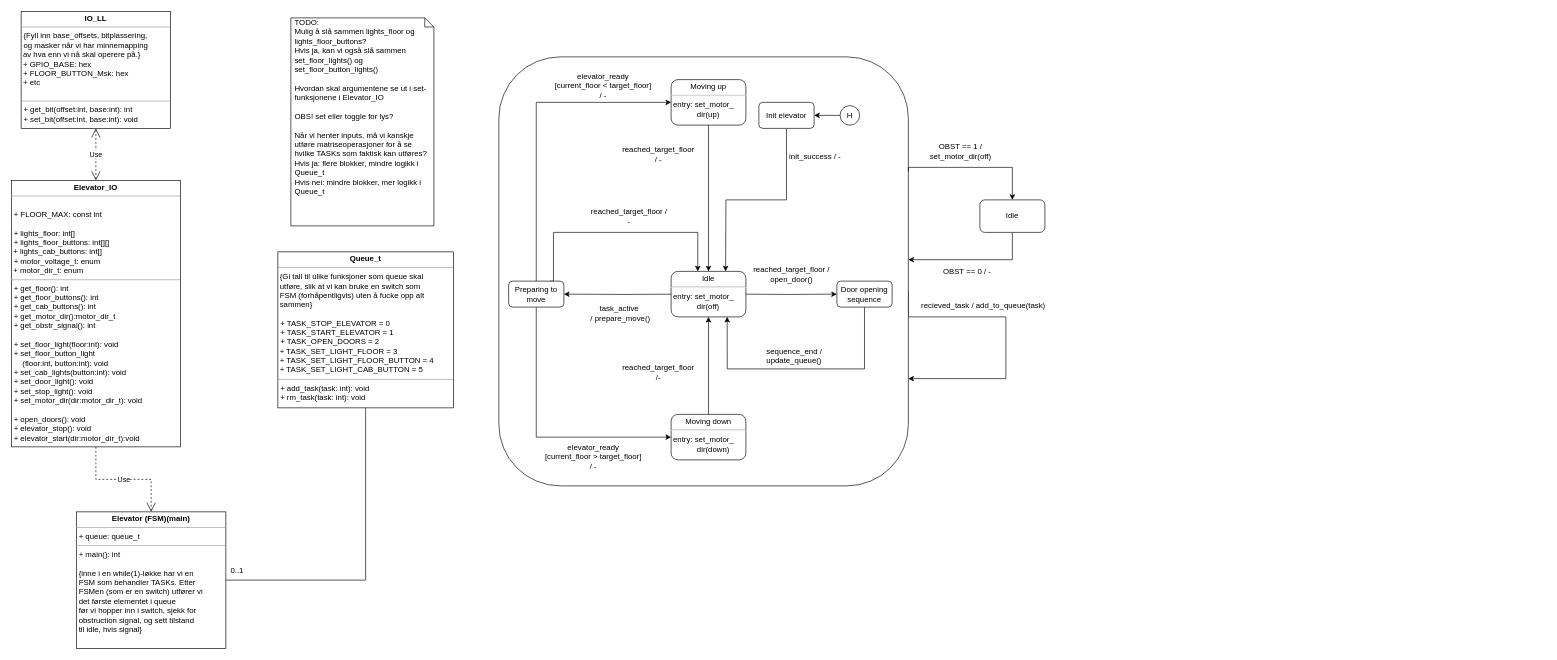
Earlier version of the draw.io diagram UML_Elevator.drawio (chrstrom/monkey_elevator). Source tidied: cells renumbered, new cells numbered last; positions are measured from the earlier drawing's top-left corner, leaving out a move shared by most shapes. Both pictures are drawn from the tidied source at 65%, with x=0, y=0 at pixel (11, 11).
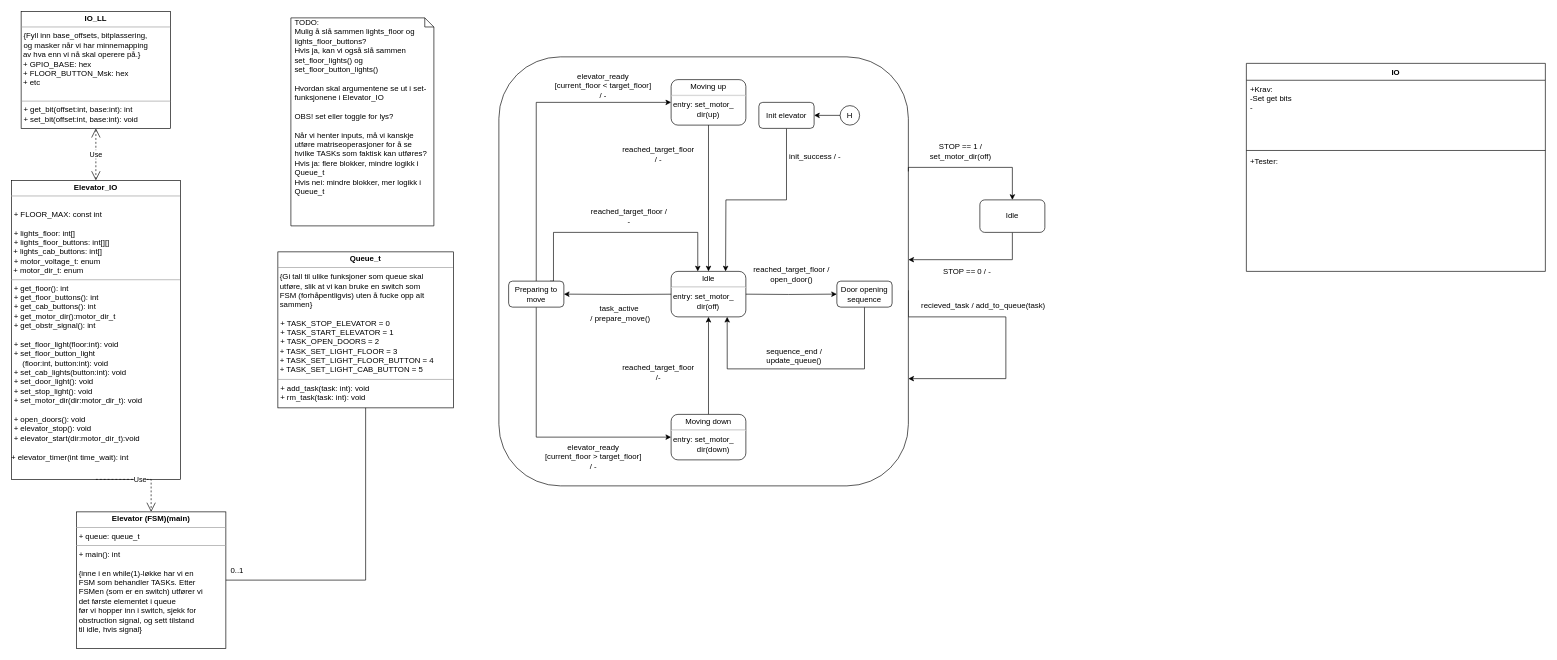
The same page after the edit.

The edit, as a diff of the source:
```diff
@@
-    <mxCell id="4" value="&lt;p style=&quot;margin: 0px ; margin-top: 4px ; text-align: center&quot;&gt;&lt;b&gt;Elevator_IO&lt;/b&gt;&lt;/p&gt;&lt;hr size=&quot;1&quot;&gt;&lt;br&gt;&lt;p style=&quot;margin: 0px ; margin-left: 4px&quot;&gt;+ FLOOR_MAX: const int&lt;/p&gt;&lt;p style=&quot;margin: 0px ; margin-left: 4px&quot;&gt;&lt;br&gt;&lt;/p&gt;&lt;p style=&quot;margin: 0px ; margin-left: 4px&quot;&gt;+ lights_floor: int[]&lt;/p&gt;&lt;p style=&quot;margin: 0px ; margin-left: 4px&quot;&gt;+ lights_floor_buttons: int[][]&lt;/p&gt;&amp;nbsp;+ lights_cab_buttons: int[]&lt;br&gt;&lt;p style=&quot;margin: 0px ; margin-left: 4px&quot;&gt;+ motor_voltage_t: enum&lt;/p&gt;&amp;nbsp;+ motor_dir_t: enum&lt;hr size=&quot;1&quot;&gt;&lt;p style=&quot;margin: 0px ; margin-left: 4px&quot;&gt;+ get_floor(): int&lt;/p&gt;&lt;p style=&quot;margin: 0px ; margin-left: 4px&quot;&gt;+ get_floor_buttons(): int&lt;/p&gt;&lt;p style=&quot;margin: 0px ; margin-left: 4px&quot;&gt;+ get_cab_buttons(): int&lt;br&gt;&lt;/p&gt;&lt;p style=&quot;margin: 0px ; margin-left: 4px&quot;&gt;+ get_motor_dir():motor_dir_t&lt;/p&gt;&lt;p style=&quot;margin: 0px ; margin-left: 4px&quot;&gt;+ get_obstr_signal(): int&lt;/p&gt;&lt;p style=&quot;margin: 0px ; margin-left: 4px&quot;&gt;&lt;br&gt;&lt;/p&gt;&lt;p style=&quot;margin: 0px ; margin-left: 4px&quot;&gt;+ set_floor_light(floor:int): void&lt;/p&gt;&lt;p style=&quot;margin: 0px ; margin-left: 4px&quot;&gt;+ set_floor_button_light&lt;/p&gt;&lt;p style=&quot;margin: 0px ; margin-left: 4px&quot;&gt;&amp;nbsp;&amp;nbsp;&amp;nbsp; (floor:int, button:int): void&lt;/p&gt;&lt;p style=&quot;margin: 0px ; margin-left: 4px&quot;&gt;+ set_cab_lights(button:int): void&lt;/p&gt;&lt;p style=&quot;margin: 0px ; margin-left: 4px&quot;&gt;+ set_door_light(): void&lt;/p&gt;&lt;p style=&quot;margin: 0px ; margin-left: 4px&quot;&gt;+ set_stop_light(): void&lt;/p&gt;&lt;p style=&quot;margin: 0px ; margin-left: 4px&quot;&gt;+ set_motor_dir(dir:motor_dir_t): void&lt;br&gt;&lt;/p&gt;&lt;p style=&quot;margin: 0px ; margin-left: 4px&quot;&gt;&lt;br&gt;&lt;/p&gt;&lt;p style=&quot;margin: 0px ; margin-left: 4px&quot;&gt;+ open_doors(): void&lt;/p&gt;&lt;p style=&quot;margin: 0px ; margin-left: 4px&quot;&gt;+ elevator_stop(): void&lt;/p&gt;&lt;p style=&quot;margin: 0px ; margin-left: 4px&quot;&gt;+ elevator_start(dir:motor_dir_t):void&lt;br&gt;&lt;/p&gt;" style="verticalAlign=top;align=left;overflow=fill;fontSize=12;fontFamily=Helvetica;html=1;rounded=0;shadow=0;comic=0;labelBackgroundColor=none;strokeWidth=1;" parent="1" vertex="1">
-      <mxGeometry y="260" width="260" height="410" as="geometry" />
+    <mxCell id="4" value="&lt;p style=&quot;margin: 0px ; margin-top: 4px ; text-align: center&quot;&gt;&lt;b&gt;Elevator_IO&lt;/b&gt;&lt;/p&gt;&lt;hr size=&quot;1&quot;&gt;&lt;br&gt;&lt;p style=&quot;margin: 0px ; margin-left: 4px&quot;&gt;+ FLOOR_MAX: const int&lt;/p&gt;&lt;p style=&quot;margin: 0px ; margin-left: 4px&quot;&gt;&lt;br&gt;&lt;/p&gt;&lt;p style=&quot;margin: 0px ; margin-left: 4px&quot;&gt;+ lights_floor: int[]&lt;/p&gt;&lt;p style=&quot;margin: 0px ; margin-left: 4px&quot;&gt;+ lights_floor_buttons: int[][]&lt;/p&gt;&amp;nbsp;+ lights_cab_buttons: int[]&lt;br&gt;&lt;p style=&quot;margin: 0px ; margin-left: 4px&quot;&gt;+ motor_voltage_t: enum&lt;/p&gt;&amp;nbsp;+ motor_dir_t: enum&lt;hr size=&quot;1&quot;&gt;&lt;p style=&quot;margin: 0px ; margin-left: 4px&quot;&gt;+ get_floor(): int&lt;/p&gt;&lt;p style=&quot;margin: 0px ; margin-left: 4px&quot;&gt;+ get_floor_buttons(): int&lt;/p&gt;&lt;p style=&quot;margin: 0px ; margin-left: 4px&quot;&gt;+ get_cab_buttons(): int&lt;br&gt;&lt;/p&gt;&lt;p style=&quot;margin: 0px ; margin-left: 4px&quot;&gt;+ get_motor_dir():motor_dir_t&lt;/p&gt;&lt;p style=&quot;margin: 0px ; margin-left: 4px&quot;&gt;+ get_obstr_signal(): int&lt;/p&gt;&lt;p style=&quot;margin: 0px ; margin-left: 4px&quot;&gt;&lt;br&gt;&lt;/p&gt;&lt;p style=&quot;margin: 0px ; margin-left: 4px&quot;&gt;+ set_floor_light(floor:int): void&lt;/p&gt;&lt;p style=&quot;margin: 0px ; margin-left: 4px&quot;&gt;+ set_floor_button_light&lt;/p&gt;&lt;p style=&quot;margin: 0px ; margin-left: 4px&quot;&gt;&amp;nbsp;&amp;nbsp;&amp;nbsp; (floor:int, button:int): void&lt;/p&gt;&lt;p style=&quot;margin: 0px ; margin-left: 4px&quot;&gt;+ set_cab_lights(button:int): void&lt;/p&gt;&lt;p style=&quot;margin: 0px ; margin-left: 4px&quot;&gt;+ set_door_light(): void&lt;/p&gt;&lt;p style=&quot;margin: 0px ; margin-left: 4px&quot;&gt;+ set_stop_light(): void&lt;/p&gt;&lt;p style=&quot;margin: 0px ; margin-left: 4px&quot;&gt;+ set_motor_dir(dir:motor_dir_t): void&lt;br&gt;&lt;/p&gt;&lt;p style=&quot;margin: 0px ; margin-left: 4px&quot;&gt;&lt;br&gt;&lt;/p&gt;&lt;p style=&quot;margin: 0px ; margin-left: 4px&quot;&gt;+ open_doors(): void&lt;/p&gt;&lt;p style=&quot;margin: 0px ; margin-left: 4px&quot;&gt;+ elevator_stop(): void&lt;/p&gt;&lt;p style=&quot;margin: 0px ; margin-left: 4px&quot;&gt;+ elevator_start(dir:motor_dir_t):void&lt;/p&gt;&lt;p style=&quot;margin: 0px ; margin-left: 4px&quot;&gt;&lt;br&gt;&lt;/p&gt;+ elevator_timer(int time_wait): int " style="verticalAlign=top;align=left;overflow=fill;fontSize=12;fontFamily=Helvetica;html=1;rounded=0;shadow=0;comic=0;labelBackgroundColor=none;strokeWidth=1;" parent="1" vertex="1">
+      <mxGeometry y="260" width="260" height="460" as="geometry" />
     </mxCell>
@@
-    <mxCell id="18" value="&lt;div&gt;OBST == 1 /&lt;/div&gt;&lt;div&gt;set_motor_dir(off)&lt;/div&gt;" style="text;html=1;align=center;verticalAlign=middle;" parent="1" vertex="1">
+    <mxCell id="18" value="&lt;div&gt;STOP == 1 /&lt;/div&gt;&lt;div&gt;set_motor_dir(off)&lt;/div&gt;" style="text;html=1;align=center;verticalAlign=middle;" parent="1" vertex="1">
       <mxGeometry x="1400" y="200" width="120" height="30" as="geometry" />
     </mxCell>
-    <mxCell id="19" value="OBST == 0 / -" style="text;html=1;align=center;verticalAlign=middle;" parent="1" vertex="1">
+    <mxCell id="19" value="STOP == 0 / -" style="text;html=1;align=center;verticalAlign=middle;" parent="1" vertex="1">
       <mxGeometry x="1420" y="390" width="100" height="20" as="geometry" />
     </mxCell>
@@
+    <mxCell id="47" value="IO" style="swimlane;fontStyle=1;align=center;verticalAlign=top;horizontal=1;startSize=26;" parent="1" vertex="1">
+      <mxGeometry x="1900" y="80" width="460" height="320" as="geometry" />
+    </mxCell>
+    <mxCell id="48" value="+Krav:&#10;-Set get bits&#10;-&#10;" style="text;strokeColor=none;fillColor=none;align=left;verticalAlign=top;spacingLeft=4;spacingRight=4;overflow=hidden;" parent="47" vertex="1">
+      <mxGeometry y="26" width="460" height="104" as="geometry" />
+    </mxCell>
+    <mxCell id="49" style="line;strokeWidth=1;fillColor=none;align=left;verticalAlign=middle;spacingTop=-1;spacingLeft=3;spacingRight=3;labelPosition=right;" parent="47" vertex="1">
+      <mxGeometry y="130" width="460" height="8" as="geometry" />
+    </mxCell>
+    <mxCell id="50" value="+Tester:&#10;" style="text;strokeColor=none;fillColor=none;align=left;verticalAlign=top;spacingLeft=4;spacingRight=4;overflow=hidden;" parent="47" vertex="1">
+      <mxGeometry y="138" width="460" height="182" as="geometry" />
+    </mxCell>
```
